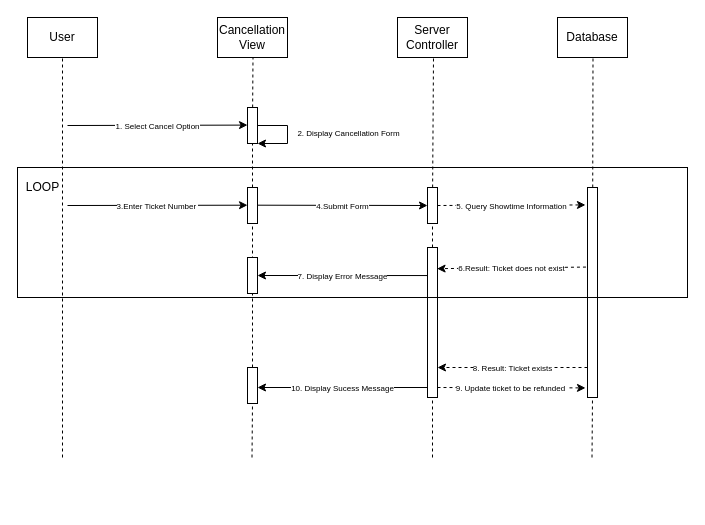
The draw.io diagram DesignDocuments/Diagrams/InteractionDiagrams/interaction_diagram_cancel.drawio in folkg/movie-ticket-reservation-app, before the edit. Source tidied: cells renumbered, new cells numbered last; positions are measured from the earlier drawing's top-left corner, leaving out a move shared by most shapes. Both pictures are drawn from the tidied source at 100%, with x=0, y=0 at pixel (17, 17).
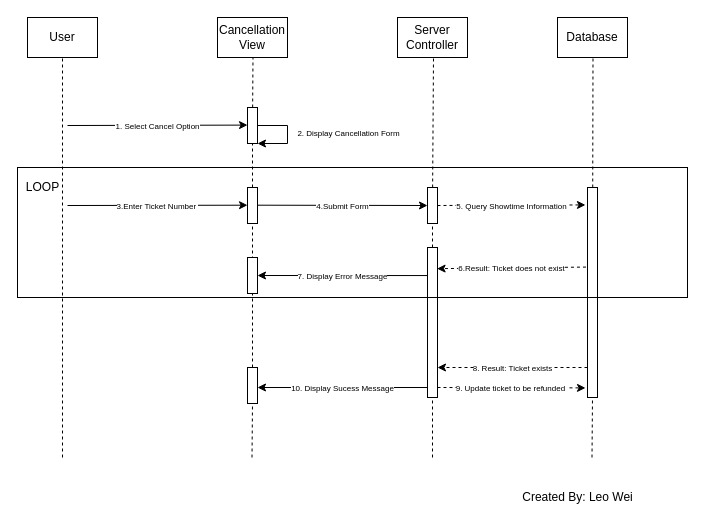
The same diagram, later.

Commit message (it also covers changes not shown here):
Adding Leo Credits

Diff of the diagram source:
```diff
@@
+    <mxCell id="35" value="&lt;font color=&quot;#000000&quot;&gt;Created By: Leo Wei&lt;/font&gt;" style="text;html=1;align=center;verticalAlign=middle;strokeColor=none;fillColor=none;" parent="1" vertex="1">
+      <mxGeometry x="495" y="470" width="130" height="20" as="geometry" />
+    </mxCell>
```
